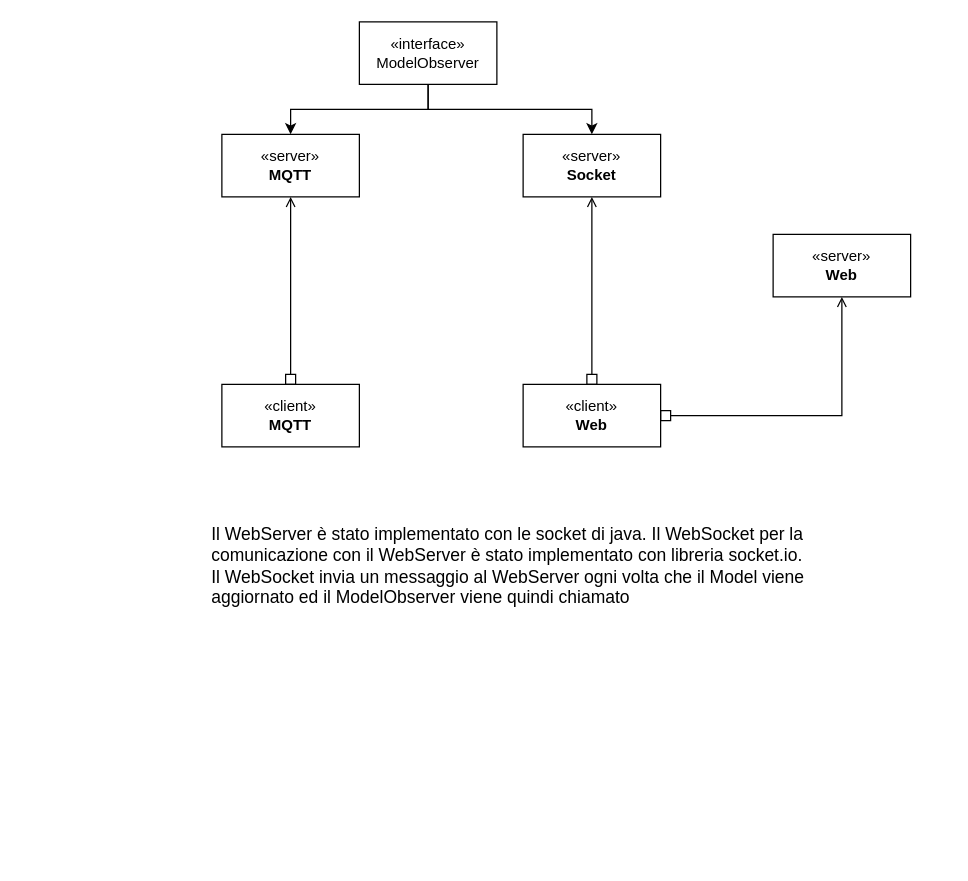
Ro0t-set/Assignment-01-Patriti keeps this draw.io diagram as cec.drawio. Above is the earlier version. Source tidied: cells renumbered, new cells numbered last; positions are measured from the earlier drawing's top-left corner, leaving out a move shared by most shapes. Both pictures are drawn from the tidied source at 125%, with x=0, y=0 at pixel (209, 21).
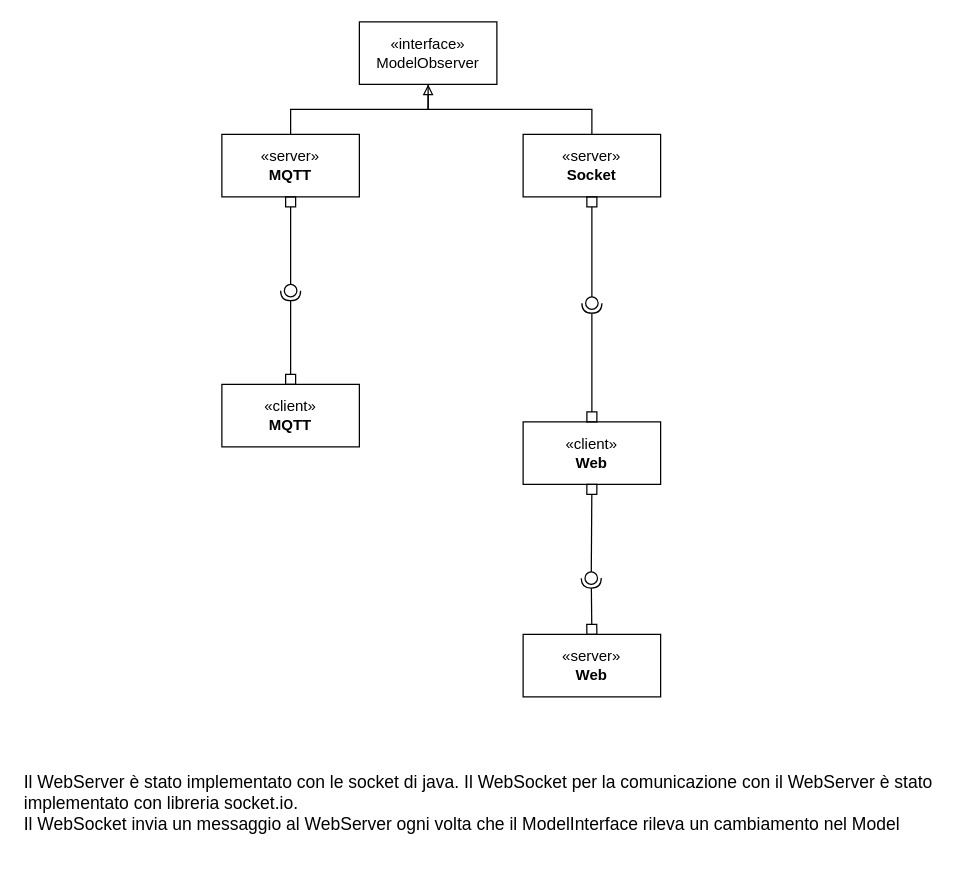
The same diagram, later.

The change refers to these unchanged cells:
```xml
<mxCell id="4" value="«interface»&lt;br&gt;ModelObserver" style="html=1;whiteSpace=wrap;" parent="1" vertex="1">
  <mxGeometry x="120" width="110" height="50" as="geometry" />
</mxCell>
<mxCell id="6" value="«server»&lt;br&gt;&lt;b&gt;MQTT&lt;/b&gt;" style="html=1;whiteSpace=wrap;" parent="1" vertex="1">
  <mxGeometry x="10" y="90" width="110" height="50" as="geometry" />
</mxCell>
<mxCell id="8" value="«server»&lt;br&gt;&lt;b&gt;Socket&lt;/b&gt;" style="html=1;whiteSpace=wrap;" parent="1" vertex="1">
  <mxGeometry x="251" y="90" width="110" height="50" as="geometry" />
</mxCell>
<mxCell id="12" value="«client»&lt;br&gt;&lt;b&gt;MQTT&lt;/b&gt;" style="html=1;whiteSpace=wrap;" parent="1" vertex="1">
  <mxGeometry x="10" y="290" width="110" height="50" as="geometry" />
</mxCell>
```

Change to the diagram source:
```diff
@@
-    <mxCell id="2" style="edgeStyle=orthogonalEdgeStyle;rounded=0;jettySize=auto;html=1;exitX=0.5;exitY=1;exitDx=0;exitDy=0;entryX=0.5;entryY=0;entryDx=0;entryDy=0;" parent="1" edge="1" source="4" target="6">
+    <mxCell id="2" style="edgeStyle=orthogonalEdgeStyle;rounded=0;jettySize=auto;html=1;exitX=0.5;exitY=1;exitDx=0;exitDy=0;entryX=0.5;entryY=0;entryDx=0;entryDy=0;endArrow=none;endFill=0;startArrow=block;startFill=0;" parent="1" edge="1" source="4" target="6">
       <mxGeometry relative="1" as="geometry" />
     </mxCell>
-    <mxCell id="3" style="edgeStyle=orthogonalEdgeStyle;rounded=0;jettySize=auto;html=1;exitX=0.5;exitY=1;exitDx=0;exitDy=0;entryX=0.5;entryY=0;entryDx=0;entryDy=0;" parent="1" edge="1" source="4" target="8">
+    <mxCell id="3" style="edgeStyle=orthogonalEdgeStyle;rounded=0;jettySize=auto;html=1;exitX=0.5;exitY=1;exitDx=0;exitDy=0;entryX=0.5;entryY=0;entryDx=0;entryDy=0;startArrow=none;startFill=0;endArrow=none;endFill=0;" parent="1" edge="1" source="4" target="8">
       <mxGeometry relative="1" as="geometry" />
     </mxCell>
@@
-    <mxCell id="5" style="edgeStyle=orthogonalEdgeStyle;rounded=0;jettySize=auto;html=1;exitX=0.5;exitY=1;exitDx=0;exitDy=0;entryX=0.5;entryY=0;entryDx=0;entryDy=0;endArrow=box;endFill=0;startArrow=open;startFill=0;" parent="1" edge="1" source="6" target="12">
-      <mxGeometry relative="1" as="geometry" />
-    </mxCell>
@@
-    <mxCell id="7" style="edgeStyle=orthogonalEdgeStyle;rounded=0;jettySize=auto;html=1;exitX=0.5;exitY=1;exitDx=0;exitDy=0;entryX=0.5;entryY=0;entryDx=0;entryDy=0;endArrow=box;endFill=0;startArrow=open;startFill=0;" parent="1" edge="1" source="8" target="11">
-      <mxGeometry relative="1" as="geometry" />
-    </mxCell>
@@
-    <mxCell id="9" style="edgeStyle=orthogonalEdgeStyle;rounded=0;jettySize=auto;html=1;exitX=0.5;exitY=1;exitDx=0;exitDy=0;entryX=1;entryY=0.5;entryDx=0;entryDy=0;endArrow=box;endFill=0;startArrow=open;startFill=0;" parent="1" edge="1" source="10" target="11">
-      <mxGeometry relative="1" as="geometry" />
-    </mxCell>
     <mxCell id="10" value="«server»&lt;br&gt;&lt;b&gt;Web&lt;/b&gt;" style="html=1;whiteSpace=wrap;" parent="1" vertex="1">
-      <mxGeometry x="451" y="170" width="110" height="50" as="geometry" />
+      <mxGeometry x="251" y="490" width="110" height="50" as="geometry" />
     </mxCell>
     <mxCell id="11" value="«client»&lt;br&gt;&lt;b&gt;Web&lt;/b&gt;" style="html=1;whiteSpace=wrap;" parent="1" vertex="1">
-      <mxGeometry x="251" y="290" width="110" height="50" as="geometry" />
+      <mxGeometry x="251" y="320" width="110" height="50" as="geometry" />
     </mxCell>
@@
-    <mxCell id="13" value="&lt;font style=&quot;font-size: 14px;&quot;&gt;Il WebServer è stato implementato con le socket di java. Il WebSocket per la comunicazione con il WebServer è stato implementato con libreria socket.io.&lt;br&gt;Il WebSocket invia un messaggio al WebServer ogni volta che il Model viene aggiornato ed il ModelObserver viene quindi chiamato&amp;nbsp;&lt;/font&gt;" style="text;html=1;strokeColor=none;fillColor=none;align=left;verticalAlign=middle;whiteSpace=wrap;rounded=0;" parent="1" vertex="1">
-      <mxGeometry y="390" width="490" height="90" as="geometry" />
+    <mxCell id="13" value="&lt;font style=&quot;font-size: 14px;&quot;&gt;Il WebServer è stato implementato con le socket di java. Il WebSocket per la comunicazione con il WebServer è stato implementato con libreria socket.io.&lt;br&gt;Il WebSocket invia un messaggio al WebServer ogni volta che il ModelInterface rileva un cambiamento nel Model&lt;/font&gt;" style="text;html=1;strokeColor=none;fillColor=none;align=left;verticalAlign=middle;whiteSpace=wrap;rounded=0;" parent="1" vertex="1">
+      <mxGeometry x="-150" y="580" width="740" height="90" as="geometry" />
     </mxCell>
+    <mxCell id="14" style="rounded=0;jettySize=auto;html=1;endArrow=halfCircle;endFill=0;endSize=6;strokeWidth=1;sketch=0;startArrow=box;startFill=0;" parent="1" edge="1" source="12" target="16">
+      <mxGeometry relative="1" as="geometry" />
+    </mxCell>
+    <mxCell id="15" style="rounded=0;jettySize=auto;html=1;endArrow=oval;endFill=0;sketch=0;sourcePerimeterSpacing=0;targetPerimeterSpacing=0;endSize=10;exitX=0.5;exitY=1;exitDx=0;exitDy=0;startArrow=box;startFill=0;" parent="1" edge="1" source="6" target="16">
+      <mxGeometry relative="1" as="geometry" />
+    </mxCell>
+    <mxCell id="16" style="ellipse;whiteSpace=wrap;html=1;align=center;fillColor=none;strokeColor=none;perimeter=centerPerimeter;points=[];outlineConnect=1;" parent="1" vertex="1">
+      <mxGeometry x="60" y="210" width="10" height="10" as="geometry" />
+    </mxCell>
+    <mxCell id="17" style="rounded=0;jettySize=auto;html=1;endArrow=halfCircle;endFill=0;endSize=6;strokeWidth=1;sketch=0;startArrow=box;startFill=0;exitX=0.5;exitY=0;exitDx=0;exitDy=0;" parent="1" edge="1" source="11" target="19">
+      <mxGeometry relative="1" as="geometry" />
+    </mxCell>
+    <mxCell id="18" style="rounded=0;jettySize=auto;html=1;endArrow=oval;endFill=0;sketch=0;sourcePerimeterSpacing=0;targetPerimeterSpacing=0;endSize=10;exitX=0.5;exitY=1;exitDx=0;exitDy=0;startArrow=box;startFill=0;" parent="1" edge="1" source="8" target="19">
+      <mxGeometry relative="1" as="geometry" />
+    </mxCell>
+    <mxCell id="19" style="ellipse;whiteSpace=wrap;html=1;align=center;fillColor=none;strokeColor=none;perimeter=centerPerimeter;points=[];outlineConnect=1;" parent="1" vertex="1">
+      <mxGeometry x="301" y="220" width="10" height="10" as="geometry" />
+    </mxCell>
+    <mxCell id="20" style="ellipse;whiteSpace=wrap;html=1;align=center;fillColor=none;strokeColor=none;perimeter=centerPerimeter;" parent="1" vertex="1">
+      <mxGeometry x="501" y="290" width="10" height="10" as="geometry" />
+    </mxCell>
+    <mxCell id="21" style="rounded=0;jettySize=auto;html=1;endArrow=halfCircle;endFill=0;endSize=6;strokeWidth=1;sketch=0;startArrow=box;startFill=0;exitX=0.5;exitY=0;exitDx=0;exitDy=0;" parent="1" edge="1" source="10">
+      <mxGeometry relative="1" as="geometry">
+        <mxPoint x="305.5" y="445" as="targetPoint" />
+      </mxGeometry>
+    </mxCell>
+    <mxCell id="22" style="rounded=0;jettySize=auto;html=1;endArrow=oval;endFill=0;sketch=0;sourcePerimeterSpacing=0;targetPerimeterSpacing=0;endSize=10;exitX=0.5;exitY=1;exitDx=0;exitDy=0;startArrow=box;startFill=0;" parent="1" edge="1" source="11">
+      <mxGeometry relative="1" as="geometry">
+        <mxPoint x="305.5" y="445" as="targetPoint" />
+      </mxGeometry>
+    </mxCell>
```
